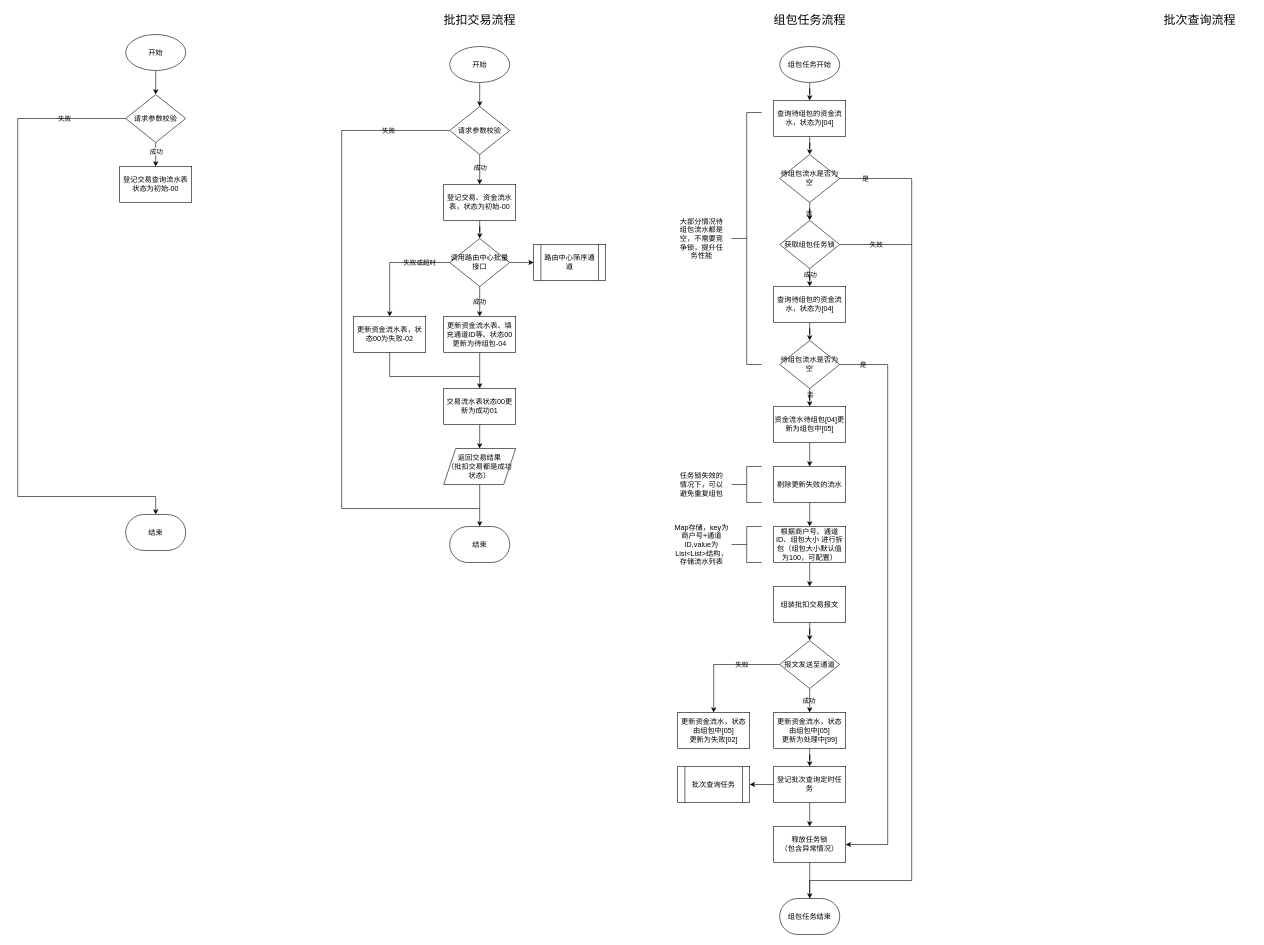
Before: 批扣流程.drawio in gaofv/draw, a draw.io diagram. Source tidied: cells renumbered, new cells numbered last; positions are measured from the earlier drawing's top-left corner, leaving out a move shared by most shapes. Both pictures are drawn from the tidied source at 60%, with x=0, y=0 at pixel (17, 10).
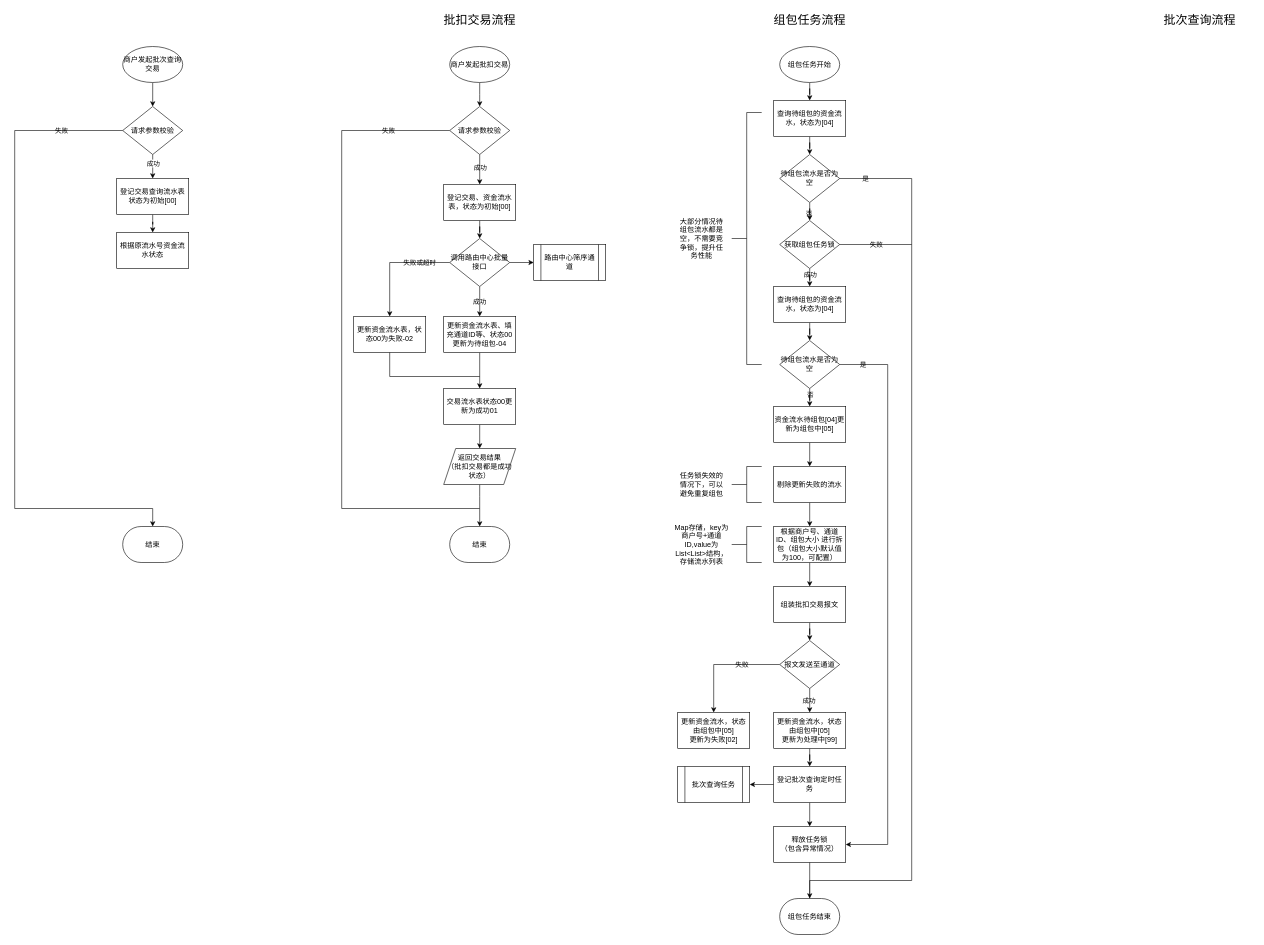
The same page after the edit.

Commit message (it also covers changes not shown here):
更新批扣流程.drawio

The edit, as a diff of the source:
```diff
@@
-    <mxCell id="6" value="开始" style="strokeWidth=1;html=1;shape=mxgraph.flowchart.start_1;whiteSpace=wrap;labelBackgroundColor=none;rounded=0;" parent="1" vertex="1">
+    <mxCell id="6" value="商户发起批扣交易" style="strokeWidth=1;html=1;shape=mxgraph.flowchart.start_1;whiteSpace=wrap;labelBackgroundColor=none;rounded=0;" parent="1" vertex="1">
       <mxGeometry x="720" y="60" width="100" height="60" as="geometry" />
     </mxCell>
@@
-    <mxCell id="8" value="登记交易、资金流水表，状态为初始-00" style="whiteSpace=wrap;html=1;strokeWidth=1;labelBackgroundColor=none;rounded=0;" parent="1" vertex="1">
+    <mxCell id="8" value="登记交易、资金流水表，状态为初始[00]" style="whiteSpace=wrap;html=1;strokeWidth=1;labelBackgroundColor=none;rounded=0;" parent="1" vertex="1">
       <mxGeometry x="710" y="290" width="120" height="60" as="geometry" />
     </mxCell>
@@
-    <mxCell id="83" value="开始" style="strokeWidth=1;html=1;shape=mxgraph.flowchart.start_1;whiteSpace=wrap;labelBackgroundColor=none;rounded=0;" parent="1" vertex="1">
-      <mxGeometry x="180" y="40" width="100" height="60" as="geometry" />
+    <mxCell id="83" value="商户发起批次查询交易" style="strokeWidth=1;html=1;shape=mxgraph.flowchart.start_1;whiteSpace=wrap;labelBackgroundColor=none;rounded=0;" parent="1" vertex="1">
+      <mxGeometry x="175" y="60" width="100" height="60" as="geometry" />
     </mxCell>
@@
     <mxCell id="86" value="请求参数校验" style="rhombus;whiteSpace=wrap;html=1;strokeWidth=1;labelBackgroundColor=none;rounded=0;" parent="1" vertex="1">
-      <mxGeometry x="180" y="140" width="100" height="80" as="geometry" />
+      <mxGeometry x="175" y="160" width="100" height="80" as="geometry" />
     </mxCell>
     <mxCell id="87" style="edgeStyle=orthogonalEdgeStyle;rounded=0;orthogonalLoop=1;jettySize=auto;html=1;endArrow=classic;endFill=1;entryX=0.5;entryY=0;entryDx=0;entryDy=0;entryPerimeter=0;labelBackgroundColor=none;fontColor=default;" parent="1" edge="1">
       <mxGeometry relative="1" as="geometry">
-        <mxPoint x="180" y="180" as="sourcePoint" />
-        <mxPoint x="230" y="840" as="targetPoint" />
+        <mxPoint x="175" y="200" as="sourcePoint" />
+        <mxPoint x="225" y="860" as="targetPoint" />
         <Array as="points">
-          <mxPoint y="180" />
-          <mxPoint y="810" />
-          <mxPoint x="230" y="810" />
+          <mxPoint x="-5" y="200" />
+          <mxPoint x="-5" y="830" />
+          <mxPoint x="225" y="830" />
         </Array>
       </mxGeometry>
     </mxCell>
@@
     <mxCell id="89" value="结束" style="strokeWidth=1;html=1;shape=mxgraph.flowchart.terminator;whiteSpace=wrap;labelBackgroundColor=none;rounded=0;" parent="1" vertex="1">
-      <mxGeometry x="180" y="840" width="100" height="60" as="geometry" />
+      <mxGeometry x="175" y="860" width="100" height="60" as="geometry" />
     </mxCell>
+    <mxCell id="91" style="edgeStyle=orthogonalEdgeStyle;jettySize=auto;html=1;" parent="1" edge="1" source="90" target="92">
+      <mxGeometry relative="1" as="geometry" />
+    </mxCell>
-    <mxCell id="90" value="登记交易查询流水表&lt;br&gt;状态为初始-00" style="whiteSpace=wrap;html=1;strokeWidth=1;labelBackgroundColor=none;rounded=0;" parent="1" vertex="1">
-      <mxGeometry x="170" y="260" width="120" height="60" as="geometry" />
+    <mxCell id="90" value="登记交易查询流水表&lt;br&gt;状态为初始[00]" style="whiteSpace=wrap;html=1;strokeWidth=1;labelBackgroundColor=none;rounded=0;" parent="1" vertex="1">
+      <mxGeometry x="165" y="280" width="120" height="60" as="geometry" />
     </mxCell>
+    <mxCell id="92" value="根据原流水号资金流水状态" style="whiteSpace=wrap;html=1;strokeWidth=1;labelBackgroundColor=none;rounded=0;" parent="1" vertex="1">
+      <mxGeometry x="165" y="370" width="120" height="60" as="geometry" />
+    </mxCell>
```
